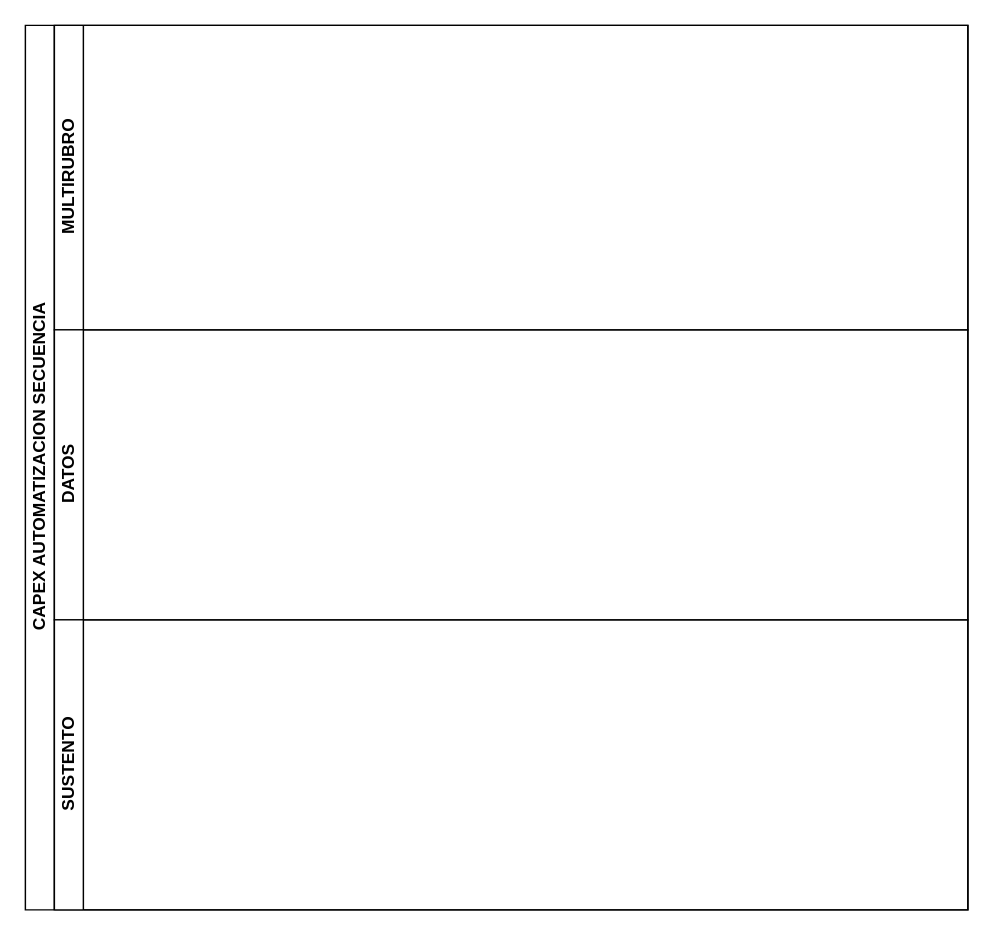
Before: Capex_Automatizacion_secuencia_ejecucion.drawio in carlsromec/procesos-diagramas, a draw.io diagram. Source tidied: cells renumbered, new cells numbered last; positions are measured from the earlier drawing's top-left corner, leaving out a move shared by most shapes. Both pictures are drawn from the tidied source at 145%, with x=0, y=0 at pixel (25, 25).
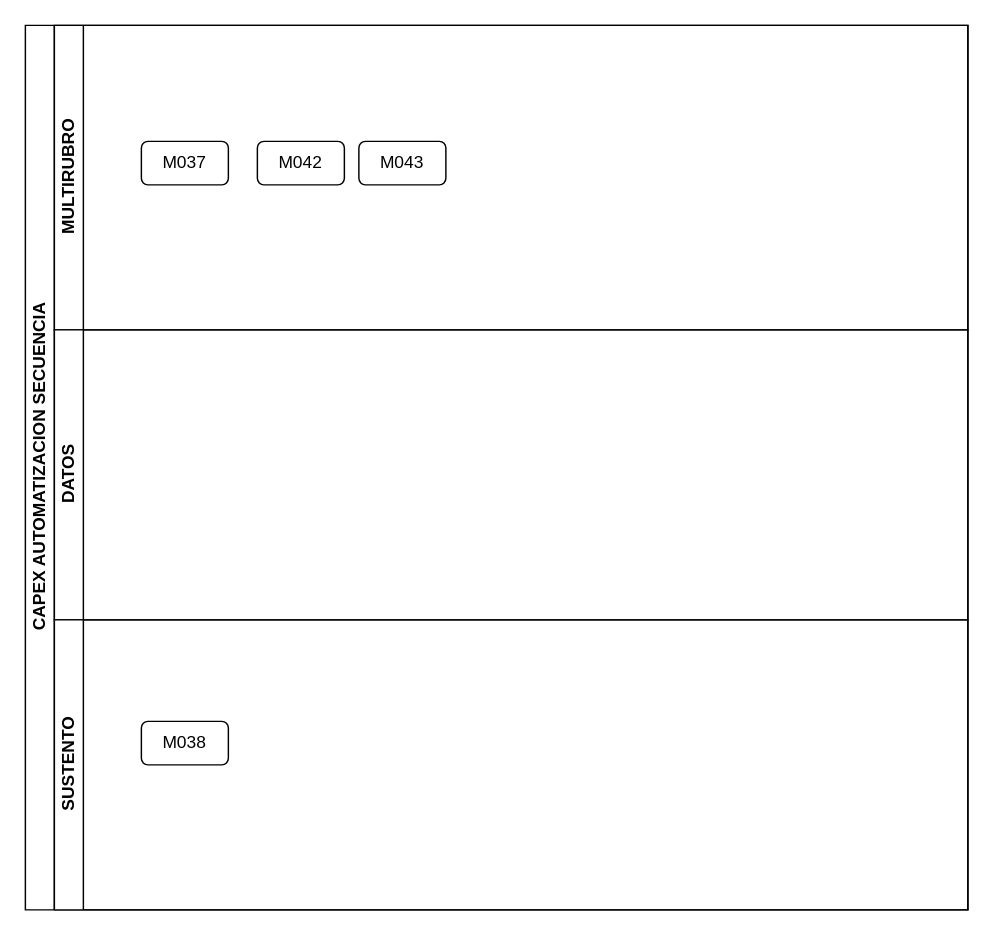
Above is the later version.

Diff of the diagram source:
```diff
@@
 <mxGraphModel>
   <root>
     <mxCell id="0" />
     <mxCell id="1" parent="0" />
     <mxCell id="2" value="CAPEX AUTOMATIZACION SECUENCIA" style="swimlane;horizontal=0;startSize=20;html=1;" parent="1" vertex="1">
       <mxGeometry width="650" height="610" as="geometry" />
     </mxCell>
     <mxCell id="3" value="MULTIRUBRO" style="swimlane;startSize=20;horizontal=0;html=1;" parent="2" vertex="1">
       <mxGeometry x="20" width="630" height="210" as="geometry" />
     </mxCell>
+    <mxCell id="6" value="M037" style="rounded=1;whiteSpace=wrap;html=1;" parent="3" vertex="1">
+      <mxGeometry x="60" y="80" width="60" height="30" as="geometry" />
+    </mxCell>
+    <mxCell id="7" value="M042" style="rounded=1;whiteSpace=wrap;html=1;" parent="3" vertex="1">
+      <mxGeometry x="140" y="80" width="60" height="30" as="geometry" />
+    </mxCell>
+    <mxCell id="8" value="M043" style="rounded=1;whiteSpace=wrap;html=1;" parent="3" vertex="1">
+      <mxGeometry x="210" y="80" width="60" height="30" as="geometry" />
+    </mxCell>
     <mxCell id="4" value="DATOS" style="swimlane;startSize=20;horizontal=0;html=1;" parent="2" vertex="1">
       <mxGeometry x="20" y="210" width="630" height="200" as="geometry" />
     </mxCell>
     <mxCell id="5" value="SUSTENTO" style="swimlane;startSize=20;horizontal=0;html=1;" parent="2" vertex="1">
       <mxGeometry x="20" y="410" width="630" height="200" as="geometry" />
     </mxCell>
+    <mxCell id="9" value="M038" style="rounded=1;whiteSpace=wrap;html=1;" parent="5" vertex="1">
+      <mxGeometry x="60" y="70" width="60" height="30" as="geometry" />
+    </mxCell>
   </root>
 </mxGraphModel>
```
